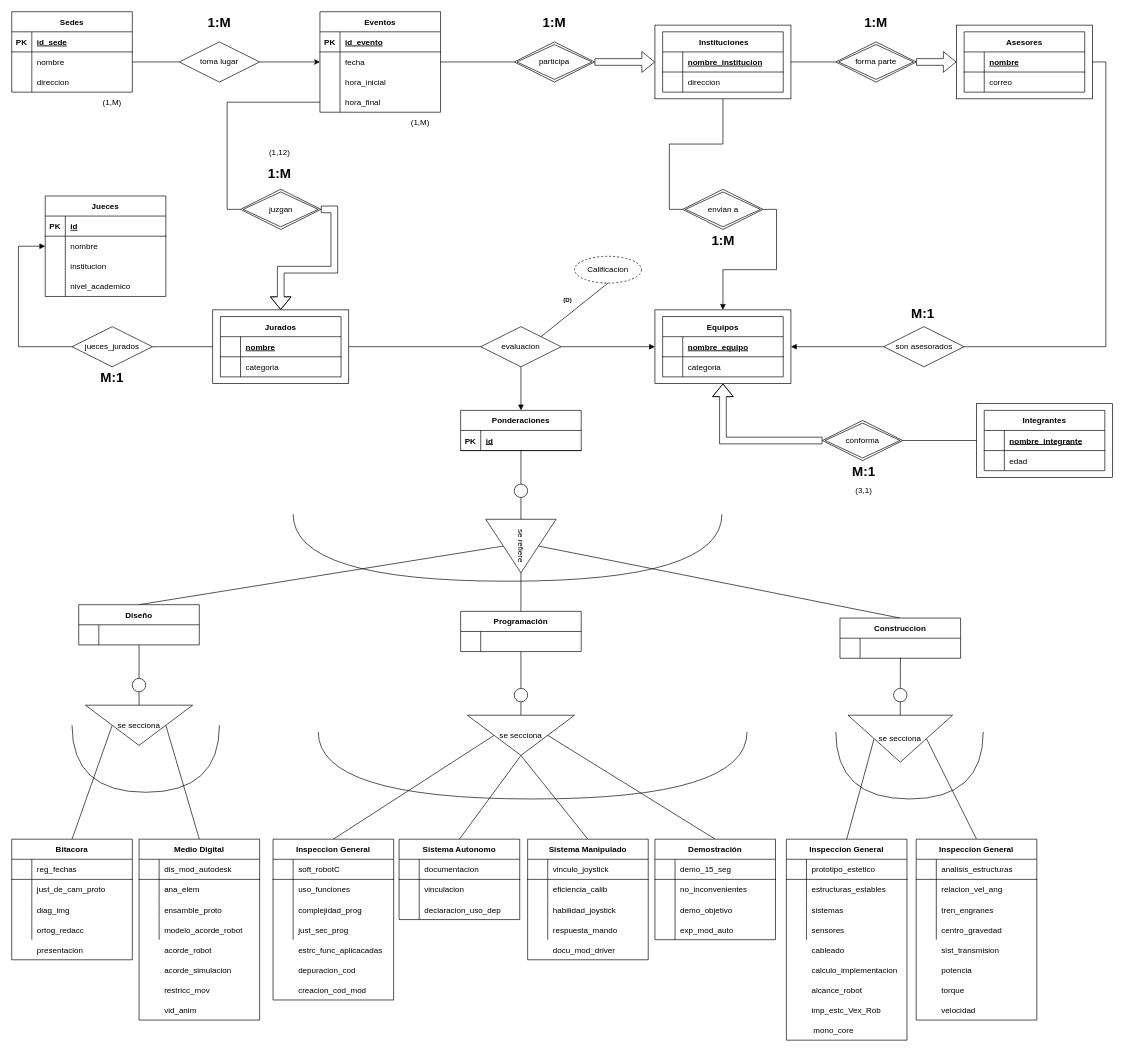
The draw.io diagram Equipo chido UWU Diagrama ER Proyecto.drawio in LuisRV16/Proyecto-TBD, before the edit. Source tidied: cells renumbered, new cells numbered last; positions are measured from the earlier drawing's top-left corner, leaving out a move shared by most shapes. Both pictures are drawn from the tidied source at 67%, with x=0, y=0 at pixel (11, 11).
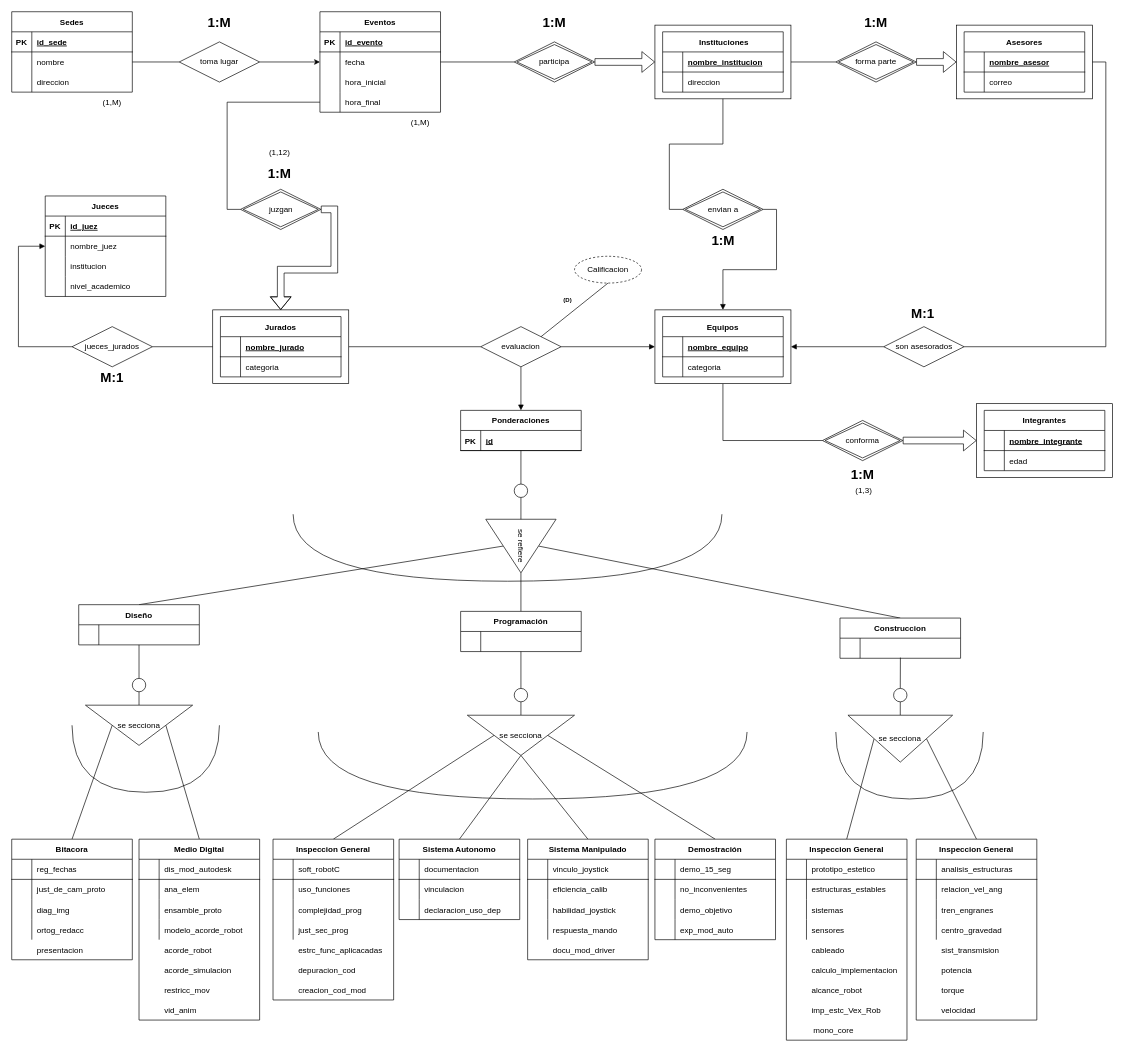
The same diagram, later.

Commit message (it also covers changes not shown here):
Ultima correcion del proyecto de base de datos

The change refers to these unchanged cells:
```xml
<mxCell id="46" style="shape=tableRow;horizontal=0;startSize=0;swimlaneHead=0;swimlaneBody=0;fillColor=none;top=0;left=0;right=0;bottom=1;" parent="45" vertex="1">
  <mxGeometry y="30" width="180" height="30" as="geometry" />
</mxCell>
<mxCell id="57" style="rounded=0;whiteSpace=wrap;html=1;" parent="1" vertex="1">
  <mxGeometry x="960" y="445" width="203" height="110" as="geometry" />
</mxCell>
<mxCell id="72" style="rounded=0;whiteSpace=wrap;html=1;" parent="1" vertex="1">
  <mxGeometry x="1440" y="585" width="203" height="110" as="geometry" />
</mxCell>
<mxCell id="81" value="conforma" style="shape=rhombus;double=1;perimeter=rhombusPerimeter;whiteSpace=wrap;html=1;align=center;" parent="1" vertex="1">
  <mxGeometry x="1210" y="610" width="120" height="60" as="geometry" />
</mxCell>
<mxCell id="84" style="shape=tableRow;horizontal=0;startSize=0;swimlaneHead=0;swimlaneBody=0;fillColor=none;top=0;left=0;right=0;bottom=1;" parent="83" vertex="1">
  <mxGeometry y="30" width="180" height="30" as="geometry" />
</mxCell>
<mxCell id="95" style="shape=tableRow;horizontal=0;startSize=0;swimlaneHead=0;swimlaneBody=0;fillColor=none;top=0;left=0;right=0;bottom=1;" parent="94" vertex="1">
  <mxGeometry y="30" width="180" height="30" as="geometry" />
</mxCell>
<mxCell id="98" style="shape=tableRow;horizontal=0;startSize=0;swimlaneHead=0;swimlaneBody=0;fillColor=none;points=[[0,0.5],[1,0.5]];portConstraint=eastwest;top=0;left=0;right=0;bottom=0;" parent="94" vertex="1">
  <mxGeometry y="60" width="180" height="30" as="geometry" />
</mxCell>
```

Diff of the diagram source:
```diff
@@
-    <mxCell id="48" value="nombre" style="shape=partialRectangle;fillColor=none;top=0;left=0;bottom=0;right=0;align=left;spacingLeft=6;fontStyle=5;overflow=hidden;" parent="46" vertex="1">
+    <mxCell id="48" value="nombre_asesor" style="shape=partialRectangle;fillColor=none;top=0;left=0;bottom=0;right=0;align=left;spacingLeft=6;fontStyle=5;overflow=hidden;" parent="46" vertex="1">
       <mxGeometry x="30" width="150" height="30" as="geometry" />
     </mxCell>
@@
-    <mxCell id="56" style="edgeStyle=orthogonalEdgeStyle;shape=flexArrow;rounded=0;jettySize=auto;html=1;exitX=0.5;exitY=1;exitDx=0;exitDy=0;entryX=0;entryY=0.5;entryDx=0;entryDy=0;startArrow=block;startFill=0;endArrow=none;endFill=0;" parent="1" edge="1" source="57" target="81">
+    <mxCell id="56" style="edgeStyle=orthogonalEdgeStyle;rounded=0;jettySize=auto;html=1;exitX=0.5;exitY=1;exitDx=0;exitDy=0;entryX=0;entryY=0.5;entryDx=0;entryDy=0;startArrow=none;startFill=0;endArrow=none;endFill=0;" parent="1" edge="1" source="57" target="81">
       <mxGeometry relative="1" as="geometry" />
     </mxCell>
@@
-    <mxCell id="80" style="edgeStyle=orthogonalEdgeStyle;rounded=0;jettySize=auto;html=1;startArrow=none;startFill=0;endArrow=none;endFill=0;" parent="1" edge="1" source="81" target="72">
+    <mxCell id="80" style="edgeStyle=orthogonalEdgeStyle;rounded=0;jettySize=auto;html=1;startArrow=none;startFill=0;endArrow=block;endFill=0;shape=flexArrow;" parent="1" edge="1" source="81" target="72">
       <mxGeometry relative="1" as="geometry" />
     </mxCell>
@@
-    <mxCell id="82" value="&lt;b&gt;&lt;font style=&quot;font-size: 20px;&quot;&gt;M:1&lt;/font&gt;&lt;/b&gt;" style="text;html=1;strokeColor=none;fillColor=none;align=center;verticalAlign=middle;whiteSpace=wrap;rounded=0;" parent="1" vertex="1">
-      <mxGeometry x="1241.5" y="670" width="60" height="30" as="geometry" />
-    </mxCell>
@@
-    <mxCell id="86" value="nombre" style="shape=partialRectangle;fillColor=none;top=0;left=0;bottom=0;right=0;align=left;spacingLeft=6;fontStyle=5;overflow=hidden;" parent="84" vertex="1">
+    <mxCell id="86" value="nombre_jurado" style="shape=partialRectangle;fillColor=none;top=0;left=0;bottom=0;right=0;align=left;spacingLeft=6;fontStyle=5;overflow=hidden;" parent="84" vertex="1">
       <mxGeometry x="30" width="150" height="30" as="geometry" />
     </mxCell>
@@
-    <mxCell id="97" value="id" style="shape=partialRectangle;fillColor=none;top=0;left=0;bottom=0;right=0;align=left;spacingLeft=6;fontStyle=5;overflow=hidden;" parent="95" vertex="1">
+    <mxCell id="97" value="id_juez" style="shape=partialRectangle;fillColor=none;top=0;left=0;bottom=0;right=0;align=left;spacingLeft=6;fontStyle=5;overflow=hidden;" parent="95" vertex="1">
       <mxGeometry x="30" width="150" height="30" as="geometry" />
     </mxCell>
@@
-    <mxCell id="100" value="nombre" style="shape=partialRectangle;fillColor=none;top=0;left=0;bottom=0;right=0;align=left;spacingLeft=6;overflow=hidden;" parent="98" vertex="1">
+    <mxCell id="100" value="nombre_juez" style="shape=partialRectangle;fillColor=none;top=0;left=0;bottom=0;right=0;align=left;spacingLeft=6;overflow=hidden;" parent="98" vertex="1">
       <mxGeometry x="30" width="150" height="30" as="geometry" />
     </mxCell>
@@
-    <mxCell id="290" value="(3,1)" style="text;html=1;strokeColor=none;fillColor=none;align=center;verticalAlign=middle;whiteSpace=wrap;rounded=0;" parent="1" vertex="1">
+    <mxCell id="290" value="(1,3)" style="text;html=1;strokeColor=none;fillColor=none;align=center;verticalAlign=middle;whiteSpace=wrap;rounded=0;" parent="1" vertex="1">
       <mxGeometry x="1241.5" y="700" width="60" height="30" as="geometry" />
     </mxCell>
+    <mxCell id="291" value="&lt;b&gt;&lt;font style=&quot;font-size: 20px;&quot;&gt;1:M&lt;/font&gt;&lt;/b&gt;" style="text;html=1;strokeColor=none;fillColor=none;align=center;verticalAlign=middle;whiteSpace=wrap;rounded=0;" parent="1" vertex="1">
+      <mxGeometry x="1240" y="675" width="60" height="30" as="geometry" />
+    </mxCell>
```
